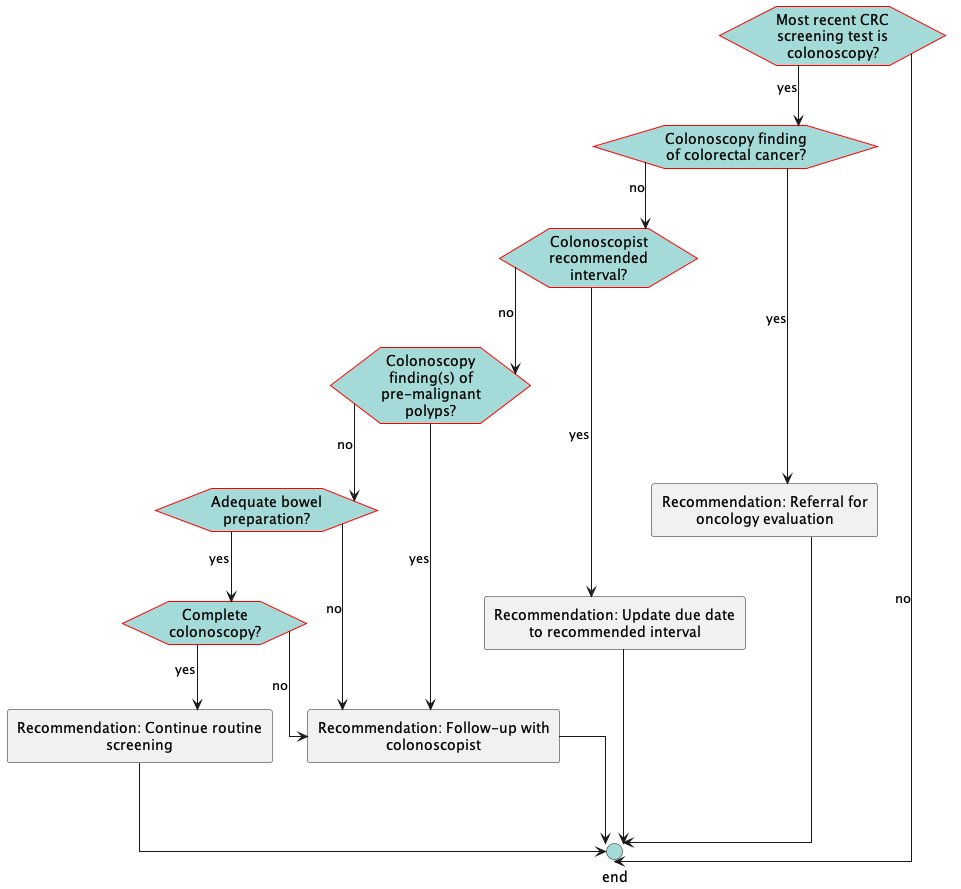
Above: images/flow-FollowUpColonoscopy.png in ccsm-cds-tools/CDC-Colorectal-Cancer-Screening-CDS-L2 (PlantUML), before the change. Its diagram source:
```plantuml
@startuml
hide stereotype
skinparam linetype ortho
<style>
hexagon {
    MaximumWidth: 150
    BackGroundColor: A4DBD8
    LineThickness: 1
    LineColor: red
    HorizontalAlignment: center
}
rectangle {
    MaximumWidth: 250
    HorizontalAlignment: center
}
.end {
    BackGroundColor: #A4DBD8
}
</style>
hexagon "Most recent CRC screening test is colonoscopy?" as eve_lastTestColonoscopy [[#eve-lastTestColonoscopy]]
hexagon "Colonoscopy finding of colorectal cancer?" as eve_colonoscopyFindingCRC [[#eve-colonoscopyFindingCRC]]
hexagon "Colonoscopist recommended interval?" as eve_recommendedInterval [[#eve-recommendedInterval]]
hexagon "Colonoscopy finding(s) of pre-malignant polyps?" as eve_colonoscopyFindingPolyps [[#eve-colonoscopyFindingPolyps]]
hexagon "Adequate bowel preparation?" as eve_adequateBowelPrep [[#eve-adequateBowelPrep]]
hexagon "Complete colonoscopy?" as eve_cecalIntubation [[#eve-cecalIntubation]]
rectangle "Recommendation: Update due date to recommended interval" as act_updateDueDatePerInterval [[#act-updateDueDatePerInterval]]
rectangle "Recommendation: Continue routine screening" as act_continueRoutineScreening [[#act-continueRoutineScreening]]
rectangle "Recommendation: Referral for oncology evaluation" as act_oncologyReferral [[#act-oncologyReferral]]
rectangle "Recommendation: Follow-up with colonoscopist" as act_followUpColonoscopist [[#act-followUpColonoscopist]]
circle "end" as end_1 <<end>>
eve_lastTestColonoscopy-->eve_colonoscopyFindingCRC: yes
eve_lastTestColonoscopy-->end_1: no
eve_colonoscopyFindingCRC-->act_oncologyReferral: yes
eve_colonoscopyFindingCRC-->eve_recommendedInterval: no
eve_recommendedInterval-->act_updateDueDatePerInterval: yes
eve_recommendedInterval-->eve_colonoscopyFindingPolyps: no
eve_colonoscopyFindingPolyps-->act_followUpColonoscopist: yes
eve_colonoscopyFindingPolyps-->eve_adequateBowelPrep: no
eve_adequateBowelPrep-->eve_cecalIntubation: yes
eve_adequateBowelPrep-->act_followUpColonoscopist: no
eve_cecalIntubation-->act_continueRoutineScreening: yes
eve_cecalIntubation-->act_followUpColonoscopist: no
act_updateDueDatePerInterval-->end_1
act_continueRoutineScreening-->end_1
act_oncologyReferral-->end_1
act_followUpColonoscopist-->end_1
@enduml
```
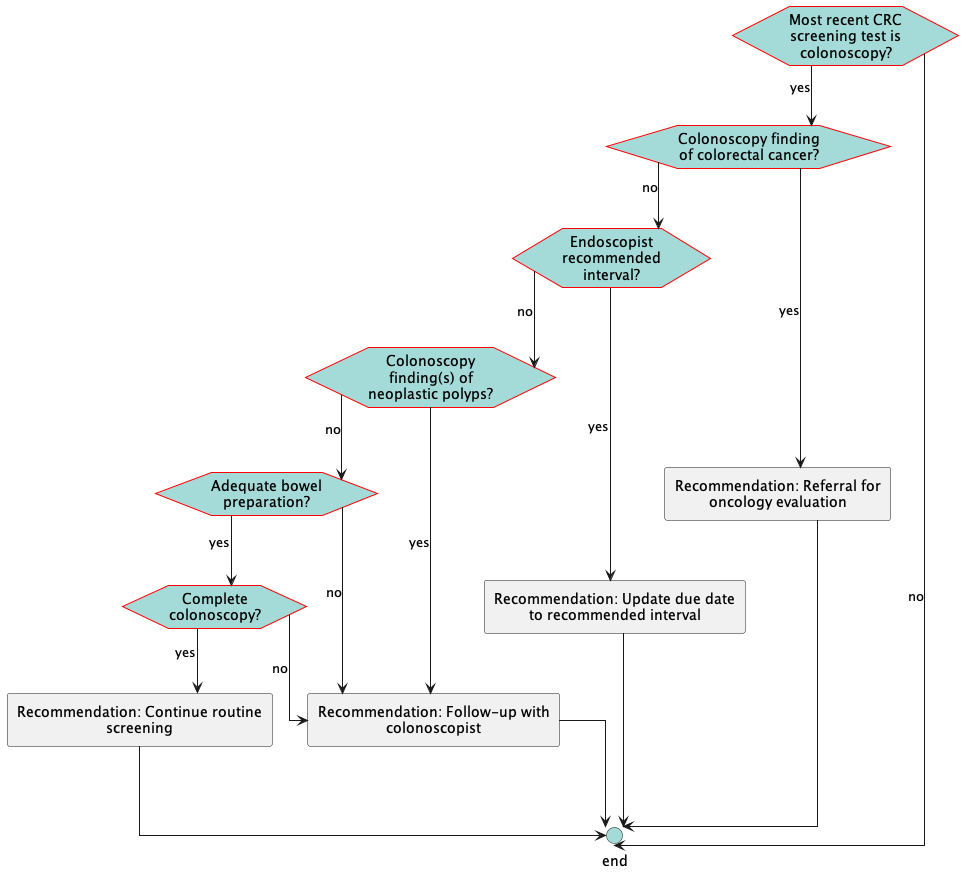
Later version of the same file.

What changed in the source:
```diff
@@ -19,8 +19,8 @@
 </style>
 hexagon "Most recent CRC screening test is colonoscopy?" as eve_lastTestColonoscopy [[#eve-lastTestColonoscopy]]
 hexagon "Colonoscopy finding of colorectal cancer?" as eve_colonoscopyFindingCRC [[#eve-colonoscopyFindingCRC]]
-hexagon "Colonoscopist recommended interval?" as eve_recommendedInterval [[#eve-recommendedInterval]]
-hexagon "Colonoscopy finding(s) of pre-malignant polyps?" as eve_colonoscopyFindingPolyps [[#eve-colonoscopyFindingPolyps]]
+hexagon "Endoscopist recommended interval?" as eve_recommendedInterval [[#eve-recommendedInterval]]
+hexagon "Colonoscopy finding(s) of neoplastic polyps?" as eve_colonoscopyFindingPolyps [[#eve-colonoscopyFindingPolyps]]
 hexagon "Adequate bowel preparation?" as eve_adequateBowelPrep [[#eve-adequateBowelPrep]]
 hexagon "Complete colonoscopy?" as eve_cecalIntubation [[#eve-cecalIntubation]]
 rectangle "Recommendation: Update due date to recommended interval" as act_updateDueDatePerInterval [[#act-updateDueDatePerInterval]]
```
